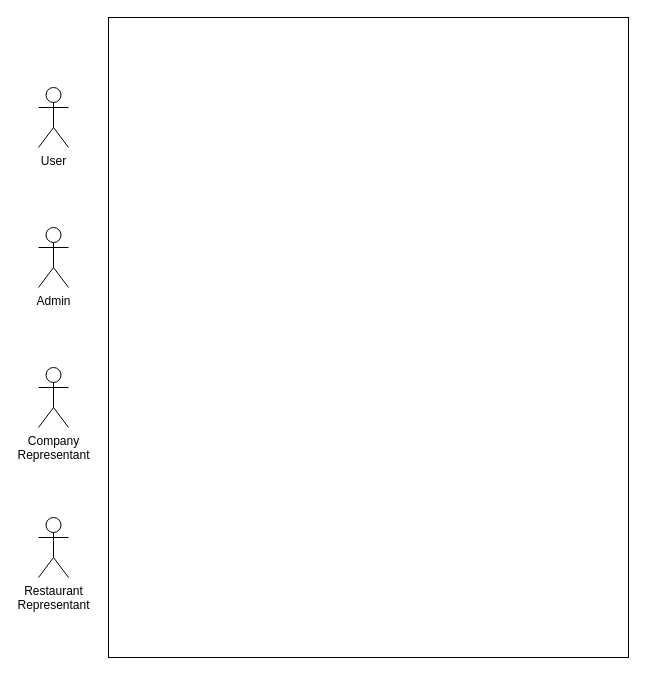
The draw.io diagram diagrams/dcu.drawio in cesarGattano/Humiam, before the edit. Source tidied: cells renumbered, new cells numbered last; positions are measured from the earlier drawing's top-left corner, leaving out a move shared by most shapes. Both pictures are drawn from the tidied source at 100%, with x=0, y=0 at pixel (38, 17).
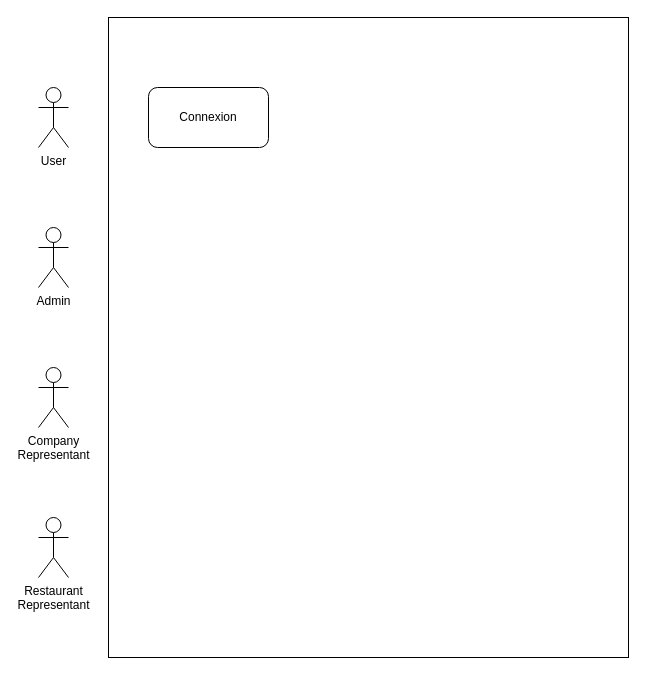
The same page after the edit.

Commit message:
docs: test commit modif dcu.drawio sur app.diagrams.net

The edit, as a diff of the source:
```diff
@@
 <mxGraphModel>
   <root>
     <mxCell id="0" />
     <mxCell id="1" parent="0" />
     <mxCell id="2" value="User" style="shape=umlActor;verticalLabelPosition=bottom;verticalAlign=top;html=1;" parent="1" vertex="1">
       <mxGeometry y="70" width="30" height="60" as="geometry" />
     </mxCell>
     <mxCell id="3" value="&lt;div&gt;Admin&lt;/div&gt;" style="shape=umlActor;verticalLabelPosition=bottom;verticalAlign=top;html=1;" parent="1" vertex="1">
       <mxGeometry y="210" width="30" height="60" as="geometry" />
     </mxCell>
     <mxCell id="4" value="Company&lt;br&gt;&lt;div&gt;Representant&lt;/div&gt;" style="shape=umlActor;verticalLabelPosition=bottom;verticalAlign=top;html=1;" parent="1" vertex="1">
       <mxGeometry y="350" width="30" height="60" as="geometry" />
     </mxCell>
     <mxCell id="5" value="Restaurant&lt;br&gt;&lt;div&gt;Representant&lt;/div&gt;" style="shape=umlActor;verticalLabelPosition=bottom;verticalAlign=top;html=1;" parent="1" vertex="1">
       <mxGeometry y="500" width="30" height="60" as="geometry" />
     </mxCell>
     <mxCell id="6" style="rounded=0;whiteSpace=wrap;html=1;" parent="1" vertex="1">
       <mxGeometry x="70" width="520" height="640" as="geometry" />
     </mxCell>
+    <mxCell id="7" value="Connexion" style="rounded=1;whiteSpace=wrap;html=1;" parent="1" vertex="1">
+      <mxGeometry x="110" y="70" width="120" height="60" as="geometry" />
+    </mxCell>
   </root>
 </mxGraphModel>
```
